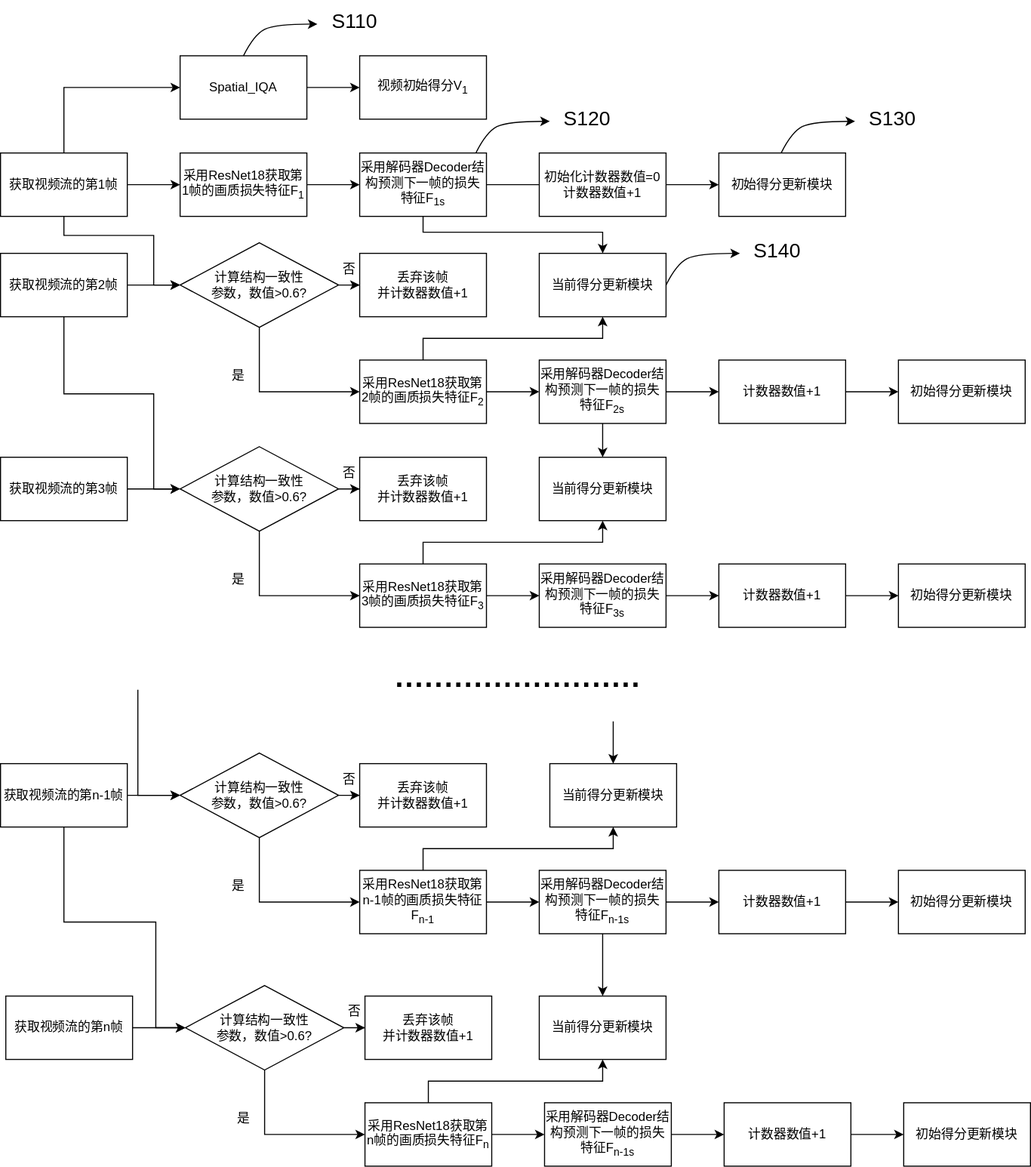
This is stream_video_quality_assessment_flowchart.drawio.svg from hrf666666/FlowCharts, a draw.io export, as it was before one commit. Source tidied: cells renumbered, new cells last; positions are measured from the earlier drawing's top-left corner, leaving out a move shared by most shapes.
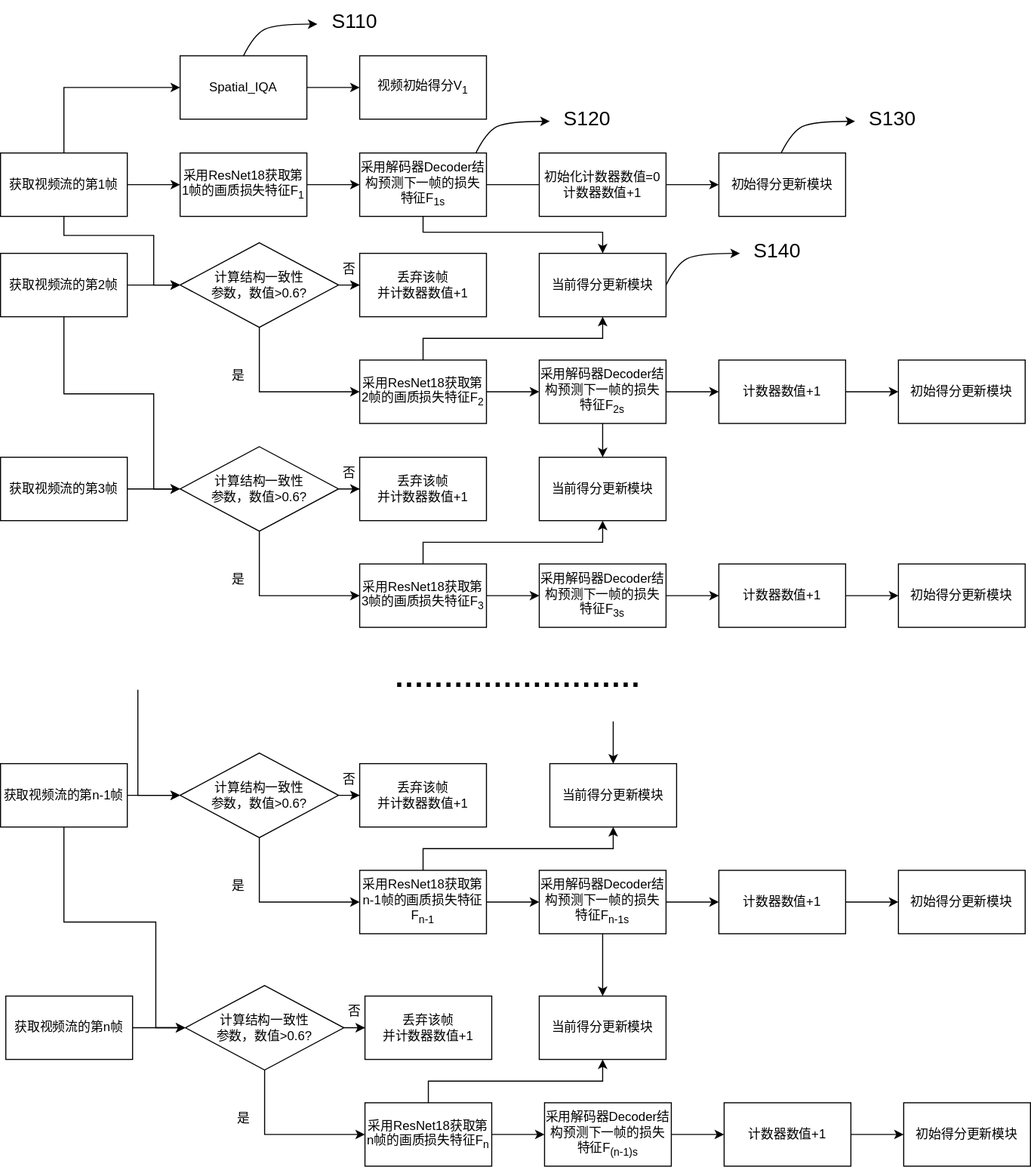
The same file after the commit.

Diff of the diagram source:
```diff
@@ -266,7 +266,7 @@
     <mxCell id="78" style="edgeStyle=orthogonalEdgeStyle;rounded=0;jettySize=auto;html=1;entryX=0;entryY=0.5;entryDx=0;entryDy=0;" parent="1" edge="1" source="79" target="81">
       <mxGeometry relative="1" as="geometry" />
     </mxCell>
-    <mxCell id="79" value="采用解码器Decoder结构预测下一帧的损失特征F&lt;sub&gt;n-1s&lt;/sub&gt;" style="rounded=0;whiteSpace=wrap;html=1;" parent="1" vertex="1">
+    <mxCell id="79" value="采用解码器Decoder结构预测下一帧的损失特征F&lt;sub&gt;(n-1)s&lt;/sub&gt;" style="rounded=0;whiteSpace=wrap;html=1;" parent="1" vertex="1">
       <mxGeometry x="515" y="1043" width="120" height="60" as="geometry" />
     </mxCell>
     <mxCell id="80" style="edgeStyle=orthogonalEdgeStyle;rounded=0;jettySize=auto;html=1;" parent="1" edge="1" source="81" target="88">
```
